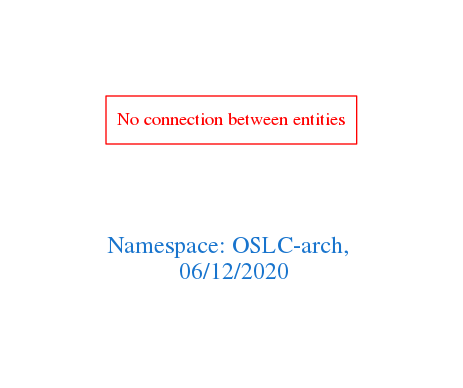
The Graphviz diagram downloads/OSLC-arch.png in arago/OGIT, before a commit. Its source is kept beside it as downloads/OSLC-arch.dot.
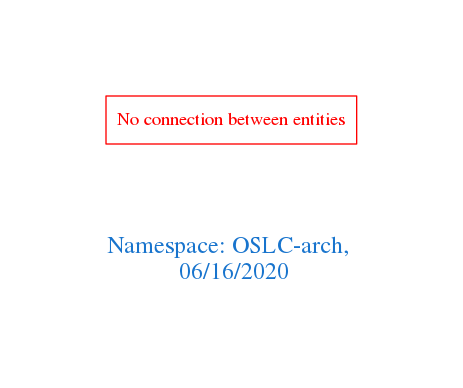
Later version of the same file.

Change to the diagram source:
```diff
@@ -1,7 +1,7 @@
 digraph OGIT_ontology {
  graph [ rankdir= LR,pad=1
 fontsize = 18,
-fontcolor= dodgerblue3,label = "\n\n\nNamespace: OSLC-arch, \n 06/12/2020"];
+fontcolor= dodgerblue3,label = "\n\n\nNamespace: OSLC-arch, \n 06/16/2020"];
 node[shape=polygon];
 edge [  color="gray81"];
 
```
